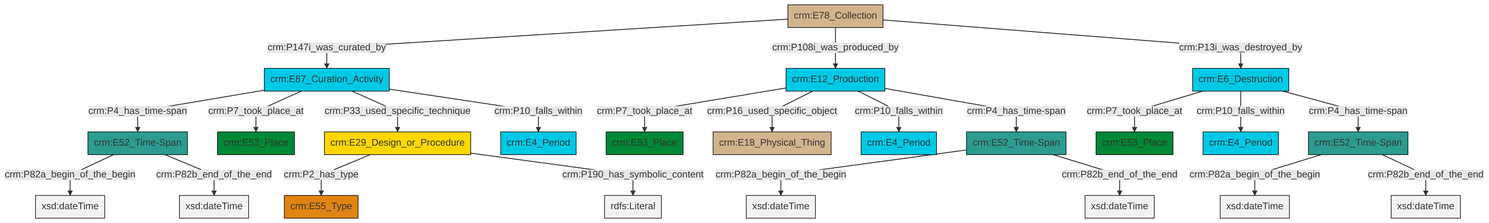
Earlier version of the Mermaid export et/archivalCSV/ttl/mmd/png/archival_existence.png (swiss-art-research-net/docs.swissartresearch). Its source is kept beside it as et/archivalCSV/ttl/mmd/archival_existence.ttl.mmd. Source of this version:
```mermaid
graph TD
classDef Literal fill:#f2f2f2,stroke:#000000;
classDef CRM_Entity fill:#FFFFFF,stroke:#000000;
classDef Temporal_Entity fill:#00C9E6, stroke:#000000;
classDef Type fill:#E18312, stroke:#000000;
classDef Time-Span fill:#2C9C91, stroke:#000000;
classDef Appellation fill:#FFEB7F, stroke:#000000;
classDef Place fill:#008836, stroke:#000000;
classDef Persistent_Item fill:#B266B2, stroke:#000000;
classDef Conceptual_Object fill:#FFD700, stroke:#000000;
classDef Physical_Thing fill:#D2B48C, stroke:#000000;
classDef Actor fill:#f58aad, stroke:#000000;
classDef PC_Classes fill:#4ce600, stroke:#000000;
classDef Multi fill:#cccccc,stroke:#000000;

2["crm:E52_Time-Span"]:::Time-Span -->|crm:P82a_begin_of_the_begin| 3[xsd:dateTime]:::Literal
2["crm:E52_Time-Span"]:::Time-Span -->|crm:P82b_end_of_the_end| 6[xsd:dateTime]:::Literal
11["crm:E78_Collection"]:::Physical_Thing -->|crm:P147i_was_curated_by| 12["crm:E87_Curation_Activity"]:::Temporal_Entity
11["crm:E78_Collection"]:::Physical_Thing -->|crm:P108i_was_produced_by| 13["crm:E12_Production"]:::Temporal_Entity
13["crm:E12_Production"]:::Temporal_Entity -->|crm:P7_took_place_at| 14["crm:E53_Place"]:::Place
18["crm:E6_Destruction"]:::Temporal_Entity -->|crm:P7_took_place_at| 19["crm:E53_Place"]:::Place
15["crm:E52_Time-Span"]:::Time-Span -->|crm:P82a_begin_of_the_begin| 20[xsd:dateTime]:::Literal
13["crm:E12_Production"]:::Temporal_Entity -->|crm:P16_used_specific_object| 0["crm:E18_Physical_Thing"]:::Physical_Thing
15["crm:E52_Time-Span"]:::Time-Span -->|crm:P82b_end_of_the_end| 21[xsd:dateTime]:::Literal
18["crm:E6_Destruction"]:::Temporal_Entity -->|crm:P10_falls_within| 9["crm:E4_Period"]:::Temporal_Entity
11["crm:E78_Collection"]:::Physical_Thing -->|crm:P13i_was_destroyed_by| 18["crm:E6_Destruction"]:::Temporal_Entity
12["crm:E87_Curation_Activity"]:::Temporal_Entity -->|crm:P4_has_time-span| 2["crm:E52_Time-Span"]:::Time-Span
24["crm:E29_Design_or_Procedure"]:::Conceptual_Object -->|crm:P2_has_type| 22["crm:E55_Type"]:::Type
13["crm:E12_Production"]:::Temporal_Entity -->|crm:P10_falls_within| 7["crm:E4_Period"]:::Temporal_Entity
24["crm:E29_Design_or_Procedure"]:::Conceptual_Object -->|crm:P190_has_symbolic_content| 31[rdfs:Literal]:::Literal
13["crm:E12_Production"]:::Temporal_Entity -->|crm:P4_has_time-span| 15["crm:E52_Time-Span"]:::Time-Span
12["crm:E87_Curation_Activity"]:::Temporal_Entity -->|crm:P7_took_place_at| 4["crm:E53_Place"]:::Place
12["crm:E87_Curation_Activity"]:::Temporal_Entity -->|crm:P33_used_specific_technique| 24["crm:E29_Design_or_Procedure"]:::Conceptual_Object
33["crm:E52_Time-Span"]:::Time-Span -->|crm:P82a_begin_of_the_begin| 34[xsd:dateTime]:::Literal
33["crm:E52_Time-Span"]:::Time-Span -->|crm:P82b_end_of_the_end| 36[xsd:dateTime]:::Literal
12["crm:E87_Curation_Activity"]:::Temporal_Entity -->|crm:P10_falls_within| 29["crm:E4_Period"]:::Temporal_Entity
18["crm:E6_Destruction"]:::Temporal_Entity -->|crm:P4_has_time-span| 33["crm:E52_Time-Span"]:::Time-Span
```
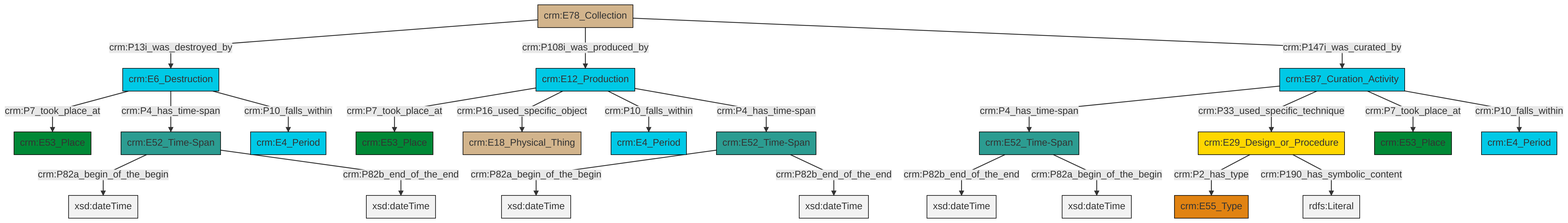
Later version of the same file.

Change to the diagram source:
```diff
@@ -13,25 +13,25 @@
 classDef PC_Classes fill:#4ce600, stroke:#000000;
 classDef Multi fill:#cccccc,stroke:#000000;
 
-2["crm:E52_Time-Span"]:::Time-Span -->|crm:P82a_begin_of_the_begin| 3[xsd:dateTime]:::Literal
-2["crm:E52_Time-Span"]:::Time-Span -->|crm:P82b_end_of_the_end| 6[xsd:dateTime]:::Literal
-11["crm:E78_Collection"]:::Physical_Thing -->|crm:P147i_was_curated_by| 12["crm:E87_Curation_Activity"]:::Temporal_Entity
-11["crm:E78_Collection"]:::Physical_Thing -->|crm:P108i_was_produced_by| 13["crm:E12_Production"]:::Temporal_Entity
-13["crm:E12_Production"]:::Temporal_Entity -->|crm:P7_took_place_at| 14["crm:E53_Place"]:::Place
-18["crm:E6_Destruction"]:::Temporal_Entity -->|crm:P7_took_place_at| 19["crm:E53_Place"]:::Place
-15["crm:E52_Time-Span"]:::Time-Span -->|crm:P82a_begin_of_the_begin| 20[xsd:dateTime]:::Literal
-13["crm:E12_Production"]:::Temporal_Entity -->|crm:P16_used_specific_object| 0["crm:E18_Physical_Thing"]:::Physical_Thing
-15["crm:E52_Time-Span"]:::Time-Span -->|crm:P82b_end_of_the_end| 21[xsd:dateTime]:::Literal
-18["crm:E6_Destruction"]:::Temporal_Entity -->|crm:P10_falls_within| 9["crm:E4_Period"]:::Temporal_Entity
-11["crm:E78_Collection"]:::Physical_Thing -->|crm:P13i_was_destroyed_by| 18["crm:E6_Destruction"]:::Temporal_Entity
-12["crm:E87_Curation_Activity"]:::Temporal_Entity -->|crm:P4_has_time-span| 2["crm:E52_Time-Span"]:::Time-Span
-24["crm:E29_Design_or_Procedure"]:::Conceptual_Object -->|crm:P2_has_type| 22["crm:E55_Type"]:::Type
-13["crm:E12_Production"]:::Temporal_Entity -->|crm:P10_falls_within| 7["crm:E4_Period"]:::Temporal_Entity
-24["crm:E29_Design_or_Procedure"]:::Conceptual_Object -->|crm:P190_has_symbolic_content| 31[rdfs:Literal]:::Literal
-13["crm:E12_Production"]:::Temporal_Entity -->|crm:P4_has_time-span| 15["crm:E52_Time-Span"]:::Time-Span
-12["crm:E87_Curation_Activity"]:::Temporal_Entity -->|crm:P7_took_place_at| 4["crm:E53_Place"]:::Place
-12["crm:E87_Curation_Activity"]:::Temporal_Entity -->|crm:P33_used_specific_technique| 24["crm:E29_Design_or_Procedure"]:::Conceptual_Object
-33["crm:E52_Time-Span"]:::Time-Span -->|crm:P82a_begin_of_the_begin| 34[xsd:dateTime]:::Literal
-33["crm:E52_Time-Span"]:::Time-Span -->|crm:P82b_end_of_the_end| 36[xsd:dateTime]:::Literal
-12["crm:E87_Curation_Activity"]:::Temporal_Entity -->|crm:P10_falls_within| 29["crm:E4_Period"]:::Temporal_Entity
-18["crm:E6_Destruction"]:::Temporal_Entity -->|crm:P4_has_time-span| 33["crm:E52_Time-Span"]:::Time-Span
+0["crm:E6_Destruction"]:::Temporal_Entity -->|crm:P7_took_place_at| 1["crm:E53_Place"]:::Place
+4["crm:E52_Time-Span"]:::Time-Span -->|crm:P82a_begin_of_the_begin| 5[xsd:dateTime]:::Literal
+9["crm:E29_Design_or_Procedure"]:::Conceptual_Object -->|crm:P2_has_type| 7["crm:E55_Type"]:::Type
+14["crm:E52_Time-Span"]:::Time-Span -->|crm:P82b_end_of_the_end| 15[xsd:dateTime]:::Literal
+16["crm:E78_Collection"]:::Physical_Thing -->|crm:P13i_was_destroyed_by| 0["crm:E6_Destruction"]:::Temporal_Entity
+12["crm:E52_Time-Span"]:::Time-Span -->|crm:P82a_begin_of_the_begin| 17[xsd:dateTime]:::Literal
+0["crm:E6_Destruction"]:::Temporal_Entity -->|crm:P4_has_time-span| 4["crm:E52_Time-Span"]:::Time-Span
+19["crm:E87_Curation_Activity"]:::Temporal_Entity -->|crm:P4_has_time-span| 14["crm:E52_Time-Span"]:::Time-Span
+0["crm:E6_Destruction"]:::Temporal_Entity -->|crm:P10_falls_within| 2["crm:E4_Period"]:::Temporal_Entity
+19["crm:E87_Curation_Activity"]:::Temporal_Entity -->|crm:P33_used_specific_technique| 9["crm:E29_Design_or_Procedure"]:::Conceptual_Object
+27["crm:E12_Production"]:::Temporal_Entity -->|crm:P7_took_place_at| 10["crm:E53_Place"]:::Place
+16["crm:E78_Collection"]:::Physical_Thing -->|crm:P108i_was_produced_by| 27["crm:E12_Production"]:::Temporal_Entity
+14["crm:E52_Time-Span"]:::Time-Span -->|crm:P82a_begin_of_the_begin| 28[xsd:dateTime]:::Literal
+19["crm:E87_Curation_Activity"]:::Temporal_Entity -->|crm:P7_took_place_at| 30["crm:E53_Place"]:::Place
+27["crm:E12_Production"]:::Temporal_Entity -->|crm:P16_used_specific_object| 31["crm:E18_Physical_Thing"]:::Physical_Thing
+27["crm:E12_Production"]:::Temporal_Entity -->|crm:P10_falls_within| 22["crm:E4_Period"]:::Temporal_Entity
+9["crm:E29_Design_or_Procedure"]:::Conceptual_Object -->|crm:P190_has_symbolic_content| 33[rdfs:Literal]:::Literal
+12["crm:E52_Time-Span"]:::Time-Span -->|crm:P82b_end_of_the_end| 37[xsd:dateTime]:::Literal
+4["crm:E52_Time-Span"]:::Time-Span -->|crm:P82b_end_of_the_end| 38[xsd:dateTime]:::Literal
+27["crm:E12_Production"]:::Temporal_Entity -->|crm:P4_has_time-span| 12["crm:E52_Time-Span"]:::Time-Span
+19["crm:E87_Curation_Activity"]:::Temporal_Entity -->|crm:P10_falls_within| 25["crm:E4_Period"]:::Temporal_Entity
+16["crm:E78_Collection"]:::Physical_Thing -->|crm:P147i_was_curated_by| 19["crm:E87_Curation_Activity"]:::Temporal_Entity
```
